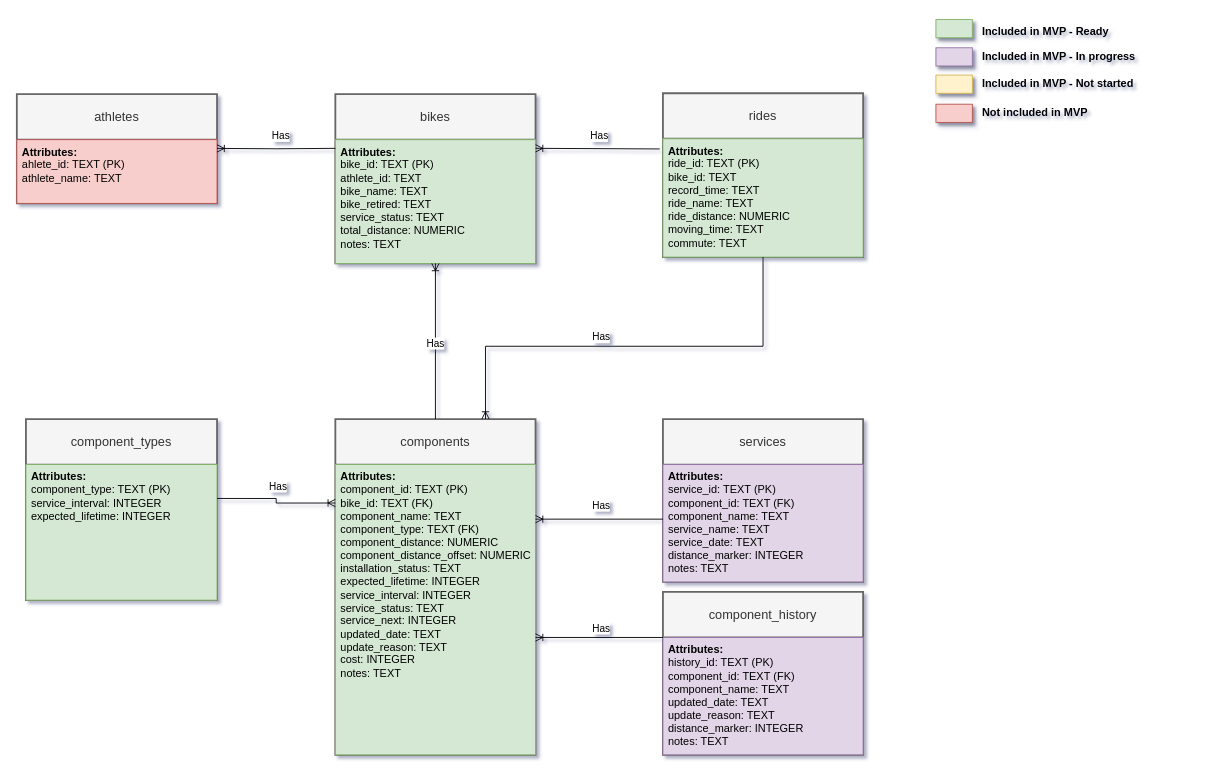
The draw.io diagram page "Database structure" (5 of 7) of docs/all_diagrams.drawio in xivind/velo-supervisor-2000, before the edit. Source tidied: cells renumbered, new cells numbered last; positions are measured from the earlier drawing's top-left corner, leaving out a move shared by most shapes. Both pictures are drawn from the tidied source at 91%, with x=0, y=0 at pixel (16, 17).
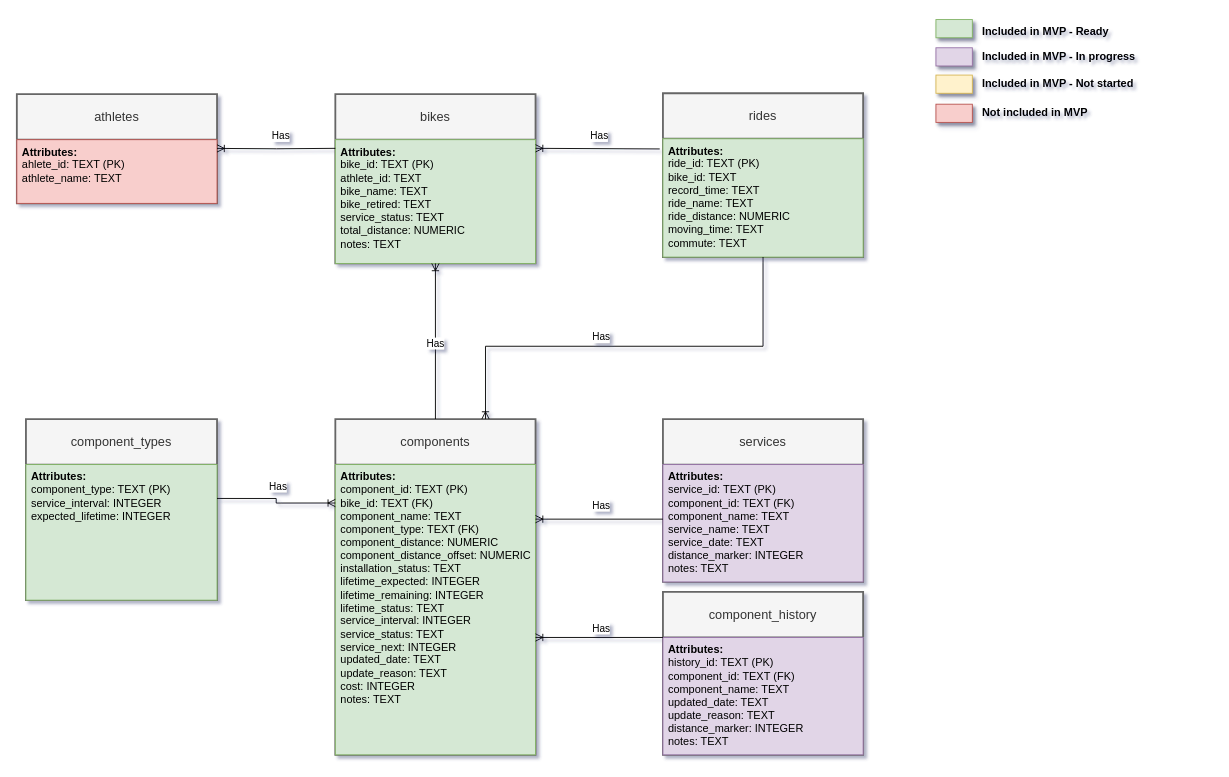
The same diagram, later.

Commit message:
Changes in database structure

Unchanged cells that the change refers to:
```xml
<mxCell id="8" value="components" style="swimlane;horizontal=1;startSize=50;rounded=0;fontSize=14;fontStyle=0;strokeWidth=2;shadow=0;dashed=0;align=center;arcSize=0;whiteSpace=wrap;html=1;fillColor=#f5f5f5;strokeColor=#666666;fontColor=#333333;" parent="1" vertex="1">
  <mxGeometry x="350" y="441" width="220" height="369" as="geometry" />
</mxCell>
```

The edit, as a diff of the source:
```diff
@@
-    <mxCell id="9" value="&lt;div&gt;&lt;span style=&quot;background-color: initial;&quot;&gt;&lt;b&gt;Attributes:&lt;/b&gt;&lt;/span&gt;&lt;/div&gt;&lt;div&gt;&lt;span style=&quot;background-color: initial;&quot;&gt;component_id&lt;/span&gt;&lt;span style=&quot;background-color: initial;&quot;&gt;: TEXT&lt;/span&gt;&lt;span style=&quot;background-color: initial;&quot;&gt;&amp;nbsp;(PK)&lt;/span&gt;&lt;/div&gt;&lt;div&gt;bike_id&lt;span style=&quot;background-color: initial;&quot;&gt;: TEXT (FK)&lt;/span&gt;&lt;/div&gt;component_name: TEXT&lt;div&gt;component_type&lt;span style=&quot;background-color: initial;&quot;&gt;: TEXT (FK)&lt;/span&gt;&lt;/div&gt;&lt;div&gt;component_distance&lt;span style=&quot;background-color: initial;&quot;&gt;: NUMERIC&lt;/span&gt;&lt;br&gt;&lt;/div&gt;&lt;div&gt;component_distance_offset&lt;span style=&quot;background-color: initial;&quot;&gt;: NUMERIC&lt;/span&gt;&lt;br&gt;&lt;/div&gt;&lt;div&gt;installation_status&lt;span style=&quot;background-color: initial;&quot;&gt;: TEXT&lt;/span&gt;&lt;/div&gt;&lt;div&gt;expected_lifetime&lt;span style=&quot;background-color: initial;&quot;&gt;:&amp;nbsp;&lt;/span&gt;&lt;span style=&quot;background-color: initial;&quot;&gt;INTEGER&lt;/span&gt;&lt;br&gt;&lt;/div&gt;&lt;div&gt;service_interval&lt;span style=&quot;background-color: initial;&quot;&gt;: INTEGER&lt;/span&gt;&lt;/div&gt;&lt;div&gt;service_status&lt;span style=&quot;background-color: initial;&quot;&gt;: TEXT&lt;/span&gt;&lt;/div&gt;&lt;div&gt;service_next&lt;span style=&quot;background-color: initial;&quot;&gt;:&amp;nbsp;&lt;/span&gt;&lt;span style=&quot;background-color: initial;&quot;&gt;INTEGER&lt;/span&gt;&lt;/div&gt;&lt;div&gt;&lt;span style=&quot;background-color: initial;&quot;&gt;updated_d&lt;/span&gt;&lt;span style=&quot;background-color: initial;&quot;&gt;ate&lt;/span&gt;&lt;span style=&quot;background-color: initial;&quot;&gt;: TEXT&lt;/span&gt;&lt;br&gt;&lt;/div&gt;&lt;div&gt;update_reason&lt;span style=&quot;background-color: initial;&quot;&gt;: TEXT&lt;/span&gt;&lt;/div&gt;&lt;div&gt;cost&lt;span style=&quot;background-color: initial;&quot;&gt;:&amp;nbsp;&lt;/span&gt;&lt;span style=&quot;background-color: initial;&quot;&gt;INTEGER&lt;/span&gt;&lt;/div&gt;&lt;div&gt;notes&lt;span style=&quot;background-color: initial;&quot;&gt;: TEXT&lt;/span&gt;&lt;/div&gt;" style="align=left;spacingLeft=4;fontSize=12;verticalAlign=top;html=1;rounded=0;fillColor=#d5e8d4;strokeColor=#82b366;" parent="8" vertex="1">
+    <mxCell id="9" value="&lt;div&gt;&lt;span style=&quot;background-color: initial;&quot;&gt;&lt;b&gt;Attributes:&lt;/b&gt;&lt;/span&gt;&lt;/div&gt;&lt;div&gt;&lt;span style=&quot;background-color: initial;&quot;&gt;component_id&lt;/span&gt;&lt;span style=&quot;background-color: initial;&quot;&gt;: TEXT&lt;/span&gt;&lt;span style=&quot;background-color: initial;&quot;&gt;&amp;nbsp;(PK)&lt;/span&gt;&lt;/div&gt;&lt;div&gt;bike_id&lt;span style=&quot;background-color: initial;&quot;&gt;: TEXT (FK)&lt;/span&gt;&lt;/div&gt;component_name: TEXT&lt;div&gt;component_type&lt;span style=&quot;background-color: initial;&quot;&gt;: TEXT (FK)&lt;/span&gt;&lt;/div&gt;&lt;div&gt;component_distance&lt;span style=&quot;background-color: initial;&quot;&gt;: NUMERIC&lt;/span&gt;&lt;br&gt;&lt;/div&gt;&lt;div&gt;component_distance_offset&lt;span style=&quot;background-color: initial;&quot;&gt;: NUMERIC&lt;/span&gt;&lt;br&gt;&lt;/div&gt;&lt;div&gt;installation_status&lt;span style=&quot;background-color: initial;&quot;&gt;: TEXT&lt;/span&gt;&lt;/div&gt;&lt;div&gt;&lt;span style=&quot;background-color: initial;&quot;&gt;lifetime_&lt;/span&gt;expected&lt;span style=&quot;background-color: initial;&quot;&gt;:&amp;nbsp;&lt;/span&gt;&lt;span style=&quot;background-color: initial;&quot;&gt;INTEGER&lt;/span&gt;&lt;br&gt;&lt;/div&gt;&lt;div&gt;&lt;span style=&quot;background-color: initial;&quot;&gt;lifetime_&lt;/span&gt;remaining&lt;span style=&quot;background-color: initial;&quot;&gt;:&amp;nbsp;&lt;/span&gt;&lt;span style=&quot;background-color: initial;&quot;&gt;INTEGER&lt;/span&gt;&lt;span style=&quot;background-color: initial;&quot;&gt;&lt;br&gt;&lt;/span&gt;&lt;/div&gt;&lt;div&gt;&lt;span style=&quot;background-color: initial;&quot;&gt;lifetime_&lt;/span&gt;status&lt;span style=&quot;background-color: initial;&quot;&gt;:&amp;nbsp;&lt;/span&gt;&lt;span style=&quot;background-color: initial;&quot;&gt;TEXT&lt;/span&gt;&lt;span style=&quot;background-color: initial;&quot;&gt;&lt;br&gt;&lt;/span&gt;&lt;/div&gt;&lt;div&gt;service_interval&lt;span style=&quot;background-color: initial;&quot;&gt;: INTEGER&lt;/span&gt;&lt;/div&gt;&lt;div&gt;service_status&lt;span style=&quot;background-color: initial;&quot;&gt;: TEXT&lt;/span&gt;&lt;/div&gt;&lt;div&gt;service_next&lt;span style=&quot;background-color: initial;&quot;&gt;:&amp;nbsp;&lt;/span&gt;&lt;span style=&quot;background-color: initial;&quot;&gt;INTEGER&lt;/span&gt;&lt;/div&gt;&lt;div&gt;&lt;span style=&quot;background-color: initial;&quot;&gt;updated_d&lt;/span&gt;&lt;span style=&quot;background-color: initial;&quot;&gt;ate&lt;/span&gt;&lt;span style=&quot;background-color: initial;&quot;&gt;: TEXT&lt;/span&gt;&lt;br&gt;&lt;/div&gt;&lt;div&gt;update_reason&lt;span style=&quot;background-color: initial;&quot;&gt;: TEXT&lt;/span&gt;&lt;/div&gt;&lt;div&gt;cost&lt;span style=&quot;background-color: initial;&quot;&gt;:&amp;nbsp;&lt;/span&gt;&lt;span style=&quot;background-color: initial;&quot;&gt;INTEGER&lt;/span&gt;&lt;/div&gt;&lt;div&gt;notes&lt;span style=&quot;background-color: initial;&quot;&gt;: TEXT&lt;/span&gt;&lt;/div&gt;" style="align=left;spacingLeft=4;fontSize=12;verticalAlign=top;html=1;rounded=0;fillColor=#d5e8d4;strokeColor=#82b366;" parent="8" vertex="1">
       <mxGeometry y="50" width="220" height="319" as="geometry" />
     </mxCell>
```
